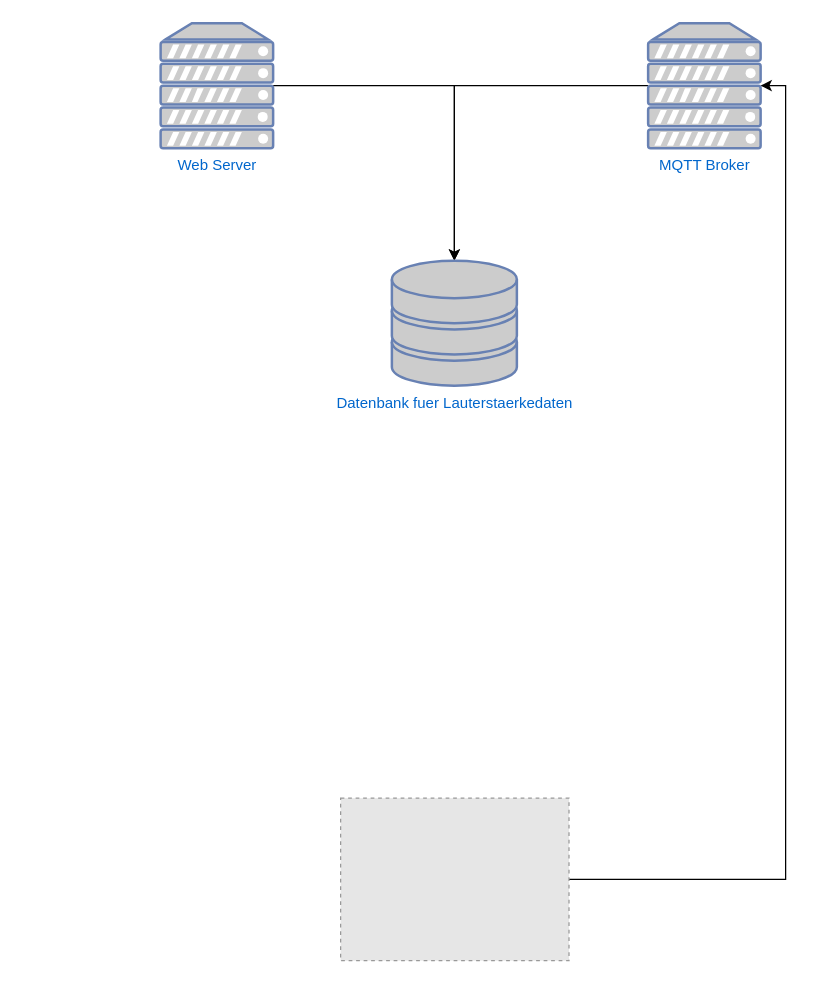
Before: logic.drawio in ediiiz/Projekt---Cyberphysische-Systeme, a draw.io diagram. Source tidied: cells renumbered, new cells numbered last; positions are measured from the earlier drawing's top-left corner, leaving out a move shared by most shapes. Both pictures are drawn from the tidied source at 125%, with x=0, y=0 at pixel (160, 22). Pictures stored in the file or linked from it are replaced by grey dashed boxes.
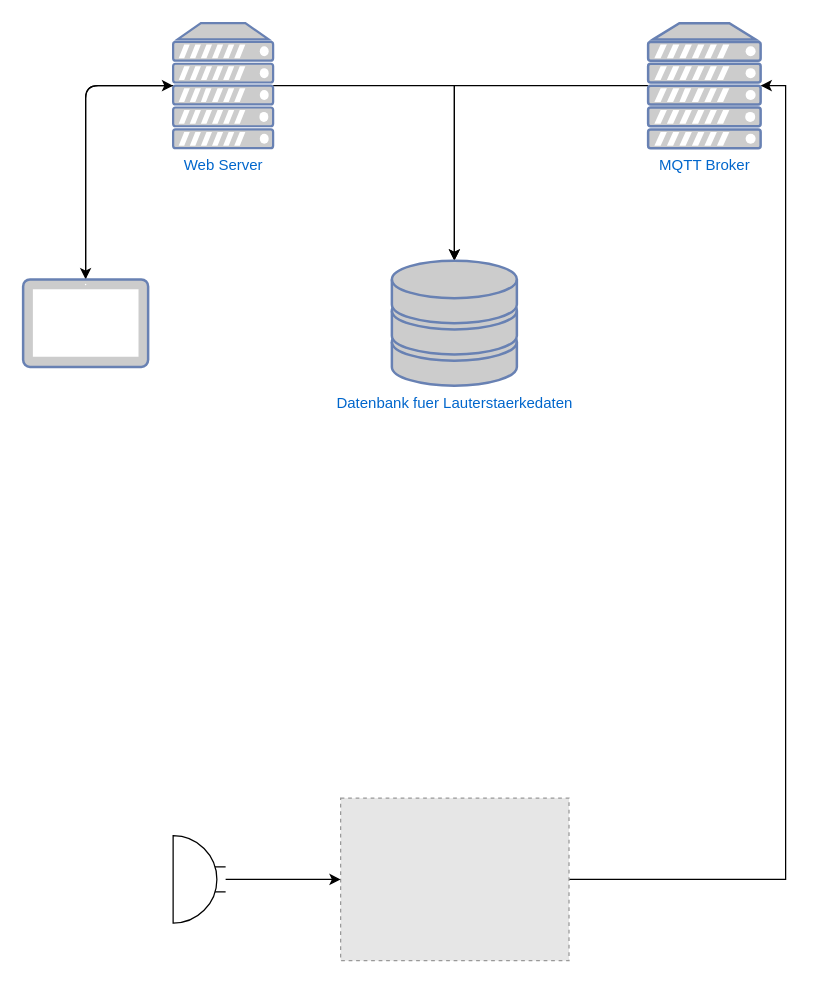
The same page after the edit.

The edit, as a diff of the source:
```diff
@@
 <mxGraphModel>
   <root>
     <mxCell id="0" />
     <mxCell id="1" parent="0" />
     <mxCell id="2" style="edgeStyle=orthogonalEdgeStyle;rounded=0;jettySize=auto;html=1;entryX=0.5;entryY=0;entryDx=0;entryDy=0;entryPerimeter=0;" parent="1" edge="1" source="3" target="6">
       <mxGeometry relative="1" as="geometry" />
     </mxCell>
     <mxCell id="3" value="MQTT Broker" style="fontColor=#0066CC;verticalAlign=top;verticalLabelPosition=bottom;labelPosition=center;align=center;html=1;outlineConnect=0;fillColor=#CCCCCC;strokeColor=#6881B3;gradientColor=none;gradientDirection=north;strokeWidth=2;shape=mxgraph.networks.server;" parent="1" vertex="1">
       <mxGeometry x="390" width="90" height="100" as="geometry" />
     </mxCell>
     <mxCell id="4" style="edgeStyle=orthogonalEdgeStyle;rounded=0;jettySize=auto;html=1;" parent="1" edge="1" source="5" target="6">
       <mxGeometry relative="1" as="geometry" />
     </mxCell>
+    <mxCell id="9" style="edgeStyle=none;html=1;entryX=0.5;entryY=0;entryDx=0;entryDy=0;entryPerimeter=0;" parent="1" edge="1" source="5" target="11">
+      <mxGeometry relative="1" as="geometry">
+        <Array as="points">
+          <mxPoint x="-60" y="50" />
+        </Array>
+      </mxGeometry>
+    </mxCell>
     <mxCell id="5" value="Web Server" style="fontColor=#0066CC;verticalAlign=top;verticalLabelPosition=bottom;labelPosition=center;align=center;html=1;outlineConnect=0;fillColor=#CCCCCC;strokeColor=#6881B3;gradientColor=none;gradientDirection=north;strokeWidth=2;shape=mxgraph.networks.server;" parent="1" vertex="1">
-      <mxGeometry width="90" height="100" as="geometry" />
+      <mxGeometry x="10" width="80" height="100" as="geometry" />
     </mxCell>
     <mxCell id="6" value="Datenbank fuer Lauterstaerkedaten" style="fontColor=#0066CC;verticalAlign=top;verticalLabelPosition=bottom;labelPosition=center;align=center;html=1;outlineConnect=0;fillColor=#CCCCCC;strokeColor=#6881B3;gradientColor=none;gradientDirection=north;strokeWidth=2;shape=mxgraph.networks.storage;" parent="1" vertex="1">
       <mxGeometry x="185" y="190" width="100" height="100" as="geometry" />
     </mxCell>
     <mxCell id="7" style="edgeStyle=orthogonalEdgeStyle;rounded=0;jettySize=auto;html=1;entryX=1;entryY=0.5;entryDx=0;entryDy=0;entryPerimeter=0;" parent="1" edge="1" source="8" target="3">
       <mxGeometry relative="1" as="geometry" />
     </mxCell>
     <mxCell id="8" style="fillColor=#E6E6E6;strokeColor=#999999;dashed=1;verticalLabelPosition=bottom;labelBackgroundColor=default;verticalAlign=top;" parent="1" vertex="1">
       <mxGeometry x="144" y="620" width="182.7" height="130" as="geometry" />
     </mxCell>
+    <mxCell id="10" style="edgeStyle=none;html=1;entryX=0;entryY=0.5;entryDx=0;entryDy=0;entryPerimeter=0;" parent="1" edge="1" source="11" target="5">
+      <mxGeometry relative="1" as="geometry">
+        <Array as="points">
+          <mxPoint x="-60" y="50" />
+        </Array>
+      </mxGeometry>
+    </mxCell>
+    <mxCell id="11" style="fontColor=#0066CC;verticalAlign=top;verticalLabelPosition=bottom;labelPosition=center;align=center;html=1;outlineConnect=0;fillColor=#CCCCCC;strokeColor=#6881B3;gradientColor=none;gradientDirection=north;strokeWidth=2;shape=mxgraph.networks.tablet;" parent="1" vertex="1">
+      <mxGeometry x="-110" y="205" width="100" height="70" as="geometry" />
+    </mxCell>
+    <mxCell id="12" style="edgeStyle=none;html=1;entryX=0;entryY=0.5;entryDx=0;entryDy=0;" parent="1" edge="1" source="13" target="8">
+      <mxGeometry relative="1" as="geometry" />
+    </mxCell>
+    <mxCell id="13" style="verticalLabelPosition=bottom;shadow=0;dashed=0;align=center;html=1;verticalAlign=top;shape=mxgraph.electrical.radio.microphone_2;" parent="1" vertex="1">
+      <mxGeometry x="10" y="650" width="42" height="70" as="geometry" />
+    </mxCell>
   </root>
 </mxGraphModel>
```
